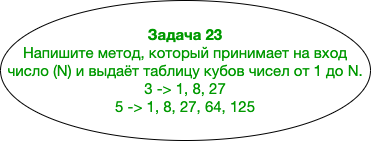
belkst/CSharp keeps this draw.io diagram as HomeWork03/Task23/diagram.drawio.png. Above is the earlier version. Source tidied: cells renumbered, new cells last; positions are measured from the earlier drawing's top-left corner, leaving out a move shared by most shapes.
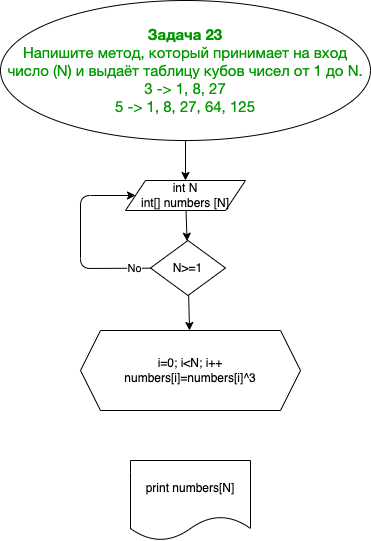
Above is the later version.

Commit message:
Добавил решение задачи 23

Diff of the diagram source:
```diff
@@ -2,8 +2,40 @@
   <root>
     <mxCell id="0" />
     <mxCell id="1" parent="0" />
+    <mxCell id="3" style="edgeStyle=none;html=1;" parent="1" edge="1" source="2" target="5">
+      <mxGeometry relative="1" as="geometry" />
+    </mxCell>
     <mxCell id="2" value="&lt;p style=&quot;box-sizing: border-box ; margin: 0px ; font-family: &amp;#34;roboto&amp;#34; , &amp;#34;san francisco&amp;#34; , &amp;#34;helvetica neue&amp;#34; , &amp;#34;helvetica&amp;#34; , &amp;#34;arial&amp;#34; ; font-size: 15px&quot;&gt;&lt;span style=&quot;box-sizing: border-box ; font-weight: 700&quot;&gt;&lt;font color=&quot;#009900&quot;&gt;Задача 23&lt;/font&gt;&lt;/span&gt;&lt;/p&gt;&lt;p style=&quot;box-sizing: border-box ; margin: 0px ; font-family: &amp;#34;roboto&amp;#34; , &amp;#34;san francisco&amp;#34; , &amp;#34;helvetica neue&amp;#34; , &amp;#34;helvetica&amp;#34; , &amp;#34;arial&amp;#34; ; font-size: 15px&quot;&gt;&lt;font color=&quot;#009900&quot;&gt;Напишите метод, который принимает на вход число (N) и выдаёт таблицу кубов чисел от 1 до N.&lt;/font&gt;&lt;/p&gt;&lt;p style=&quot;box-sizing: border-box ; margin: 0px ; font-family: &amp;#34;roboto&amp;#34; , &amp;#34;san francisco&amp;#34; , &amp;#34;helvetica neue&amp;#34; , &amp;#34;helvetica&amp;#34; , &amp;#34;arial&amp;#34; ; font-size: 15px&quot;&gt;&lt;font color=&quot;#009900&quot;&gt;3 -&amp;gt; 1, 8, 27&lt;br style=&quot;box-sizing: border-box&quot;&gt;5 -&amp;gt; 1, 8, 27, 64, 125&lt;/font&gt;&lt;/p&gt;" style="ellipse;whiteSpace=wrap;html=1;align=center;" parent="1" vertex="1">
       <mxGeometry width="370" height="140" as="geometry" />
     </mxCell>
+    <mxCell id="4" style="edgeStyle=none;html=1;" parent="1" edge="1" source="5" target="9">
+      <mxGeometry relative="1" as="geometry" />
+    </mxCell>
+    <mxCell id="5" value="int N&lt;br&gt;int[] numbers [N]" style="shape=parallelogram;perimeter=parallelogramPerimeter;whiteSpace=wrap;html=1;fixedSize=1;" parent="1" vertex="1">
+      <mxGeometry x="125" y="180" width="120" height="30" as="geometry" />
+    </mxCell>
+    <mxCell id="6" style="edgeStyle=none;html=1;entryX=0;entryY=0.5;entryDx=0;entryDy=0;" parent="1" edge="1" source="9" target="5">
+      <mxGeometry relative="1" as="geometry">
+        <Array as="points">
+          <mxPoint x="80" y="268" />
+          <mxPoint x="80" y="195" />
+        </Array>
+      </mxGeometry>
+    </mxCell>
+    <mxCell id="7" value="No" style="edgeLabel;html=1;align=center;verticalAlign=middle;" parent="6" vertex="1">
+      <mxGeometry x="-0.83" relative="1" as="geometry" />
+    </mxCell>
+    <mxCell id="8" style="edgeStyle=none;html=1;" parent="1" edge="1" source="9" target="10">
+      <mxGeometry relative="1" as="geometry" />
+    </mxCell>
+    <mxCell id="9" value="N&amp;gt;=1" style="rhombus;whiteSpace=wrap;html=1;" parent="1" vertex="1">
+      <mxGeometry x="150" y="240" width="75" height="55" as="geometry" />
+    </mxCell>
+    <mxCell id="10" value="i=0; i&amp;lt;N; i++&lt;br&gt;numbers[i]=numbers[i]^3" style="shape=hexagon;perimeter=hexagonPerimeter2;whiteSpace=wrap;html=1;fixedSize=1;" parent="1" vertex="1">
+      <mxGeometry x="80" y="330" width="220" height="80" as="geometry" />
+    </mxCell>
+    <mxCell id="11" value="print numbers[N]" style="shape=document;whiteSpace=wrap;html=1;boundedLbl=1;" parent="1" vertex="1">
+      <mxGeometry x="130" y="460" width="120" height="80" as="geometry" />
+    </mxCell>
   </root>
 </mxGraphModel>
```
